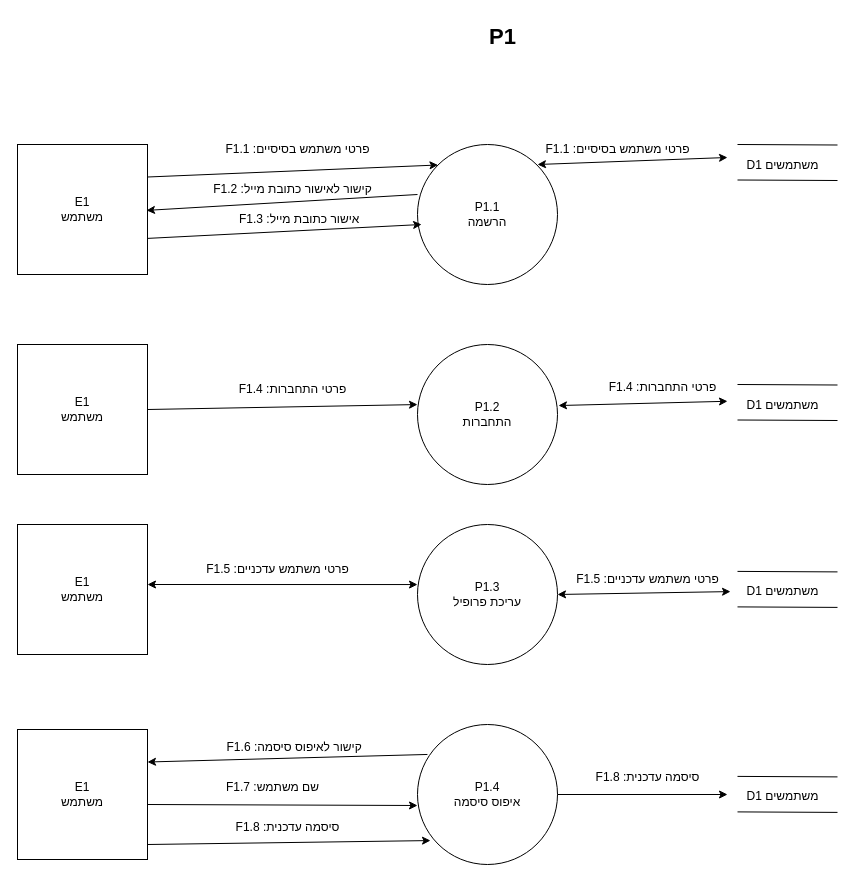
Above: page "Page-1" (1 of 3) of draw/DFD-1(1-3).drawio.xml in NeoZi12/NeoAndLeon (draw.io), before the change. Source tidied: cells renumbered, new cells numbered last; positions are measured from the earlier drawing's top-left corner, leaving out a move shared by most shapes. Both pictures are drawn from the tidied source at 100%, with x=0, y=0 at pixel (17, 17).
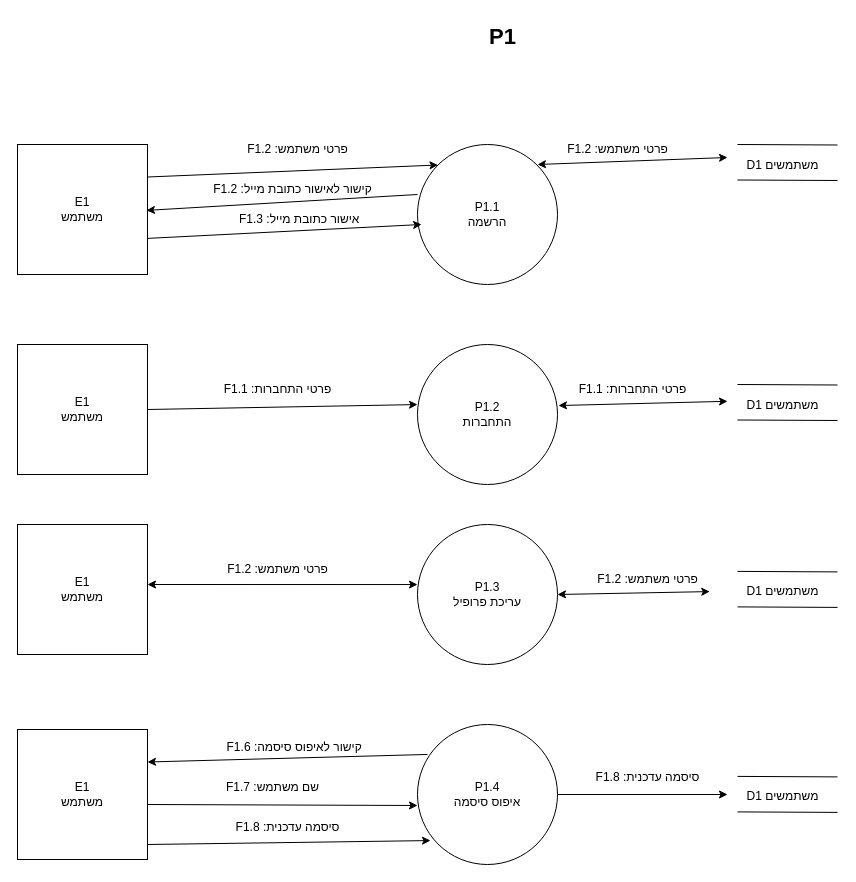
The same page after the edit.

Unchanged cells that the change refers to:
```xml
<mxCell id="16" value="P1.2&lt;div&gt;התחברות&lt;/div&gt;" style="ellipse;whiteSpace=wrap;html=1;" parent="1" vertex="1">
  <mxGeometry x="400" y="327" width="140" height="140" as="geometry" />
</mxCell>
```

What changed in the source:
```diff
@@
-    <mxCell id="9" value="F1.1 :פרטי משתמש בסיסיים" style="text;html=1;align=center;verticalAlign=middle;strokeColor=none;fillColor=none;rotation=0;" parent="1" vertex="1">
-      <mxGeometry x="520" y="117" width="160" height="30" as="geometry" />
+    <mxCell id="9" value="F1.2 :פרטי משתמש" style="text;html=1;align=center;verticalAlign=middle;strokeColor=none;fillColor=none;rotation=0;" parent="1" vertex="1">
+      <mxGeometry x="540" y="117" width="120" height="30" as="geometry" />
     </mxCell>
-    <mxCell id="10" value="F1.1 :פרטי משתמש בסיסיים" style="text;html=1;align=center;verticalAlign=middle;strokeColor=none;fillColor=none;rotation=0;" parent="1" vertex="1">
-      <mxGeometry x="200" y="117" width="160" height="30" as="geometry" />
+    <mxCell id="10" value="F1.2 :פרטי משתמש" style="text;html=1;align=center;verticalAlign=middle;strokeColor=none;fillColor=none;rotation=0;" parent="1" vertex="1">
+      <mxGeometry x="220" y="117" width="120" height="30" as="geometry" />
     </mxCell>
@@
-    <mxCell id="18" value="F1.4 :פרטי התחברות" style="text;html=1;align=center;verticalAlign=middle;strokeColor=none;fillColor=none;" parent="1" vertex="1">
-      <mxGeometry x="210" y="357" width="130" height="30" as="geometry" />
-    </mxCell>
@@
-    <mxCell id="22" style="endArrow=classic;startArrow=classic;html=1;rounded=0;entryX=1;entryY=0.959;entryDx=0;entryDy=0;entryPerimeter=0;exitX=1.007;exitY=0.436;exitDx=0;exitDy=0;exitPerimeter=0;" parent="1" edge="1" source="16" target="23">
-      <mxGeometry relative="1" as="geometry" />
+    <mxCell id="22" style="endArrow=classic;startArrow=classic;html=1;rounded=0;entryX=1;entryY=0.959;entryDx=0;entryDy=0;entryPerimeter=0;exitX=1.007;exitY=0.436;exitDx=0;exitDy=0;exitPerimeter=0;" parent="1" edge="1" source="16">
+      <mxGeometry relative="1" as="geometry">
+        <mxPoint x="710" y="383.8" as="targetPoint" />
+      </mxGeometry>
     </mxCell>
-    <mxCell id="23" value="F1.4 :פרטי התחברות" style="text;html=1;align=center;verticalAlign=middle;points=[];strokeColor=none;fillColor=none;" parent="1" vertex="1">
-      <mxGeometry x="580" y="355" width="130" height="30" as="geometry" />
-    </mxCell>
@@
-    <mxCell id="30" value="F1.5 :פרטי משתמש עדכניים" style="text;html=1;align=center;verticalAlign=middle;strokeColor=none;fillColor=none;" parent="1" vertex="1">
-      <mxGeometry x="180" y="537" width="160" height="30" as="geometry" />
+    <mxCell id="30" value="F1.2 :פרטי משתמש" style="text;html=1;align=center;verticalAlign=middle;strokeColor=none;fillColor=none;" parent="1" vertex="1">
+      <mxGeometry x="200" y="537" width="120" height="30" as="geometry" />
     </mxCell>
@@
-    <mxCell id="32" value="F1.5 :פרטי משתמש עדכניים" style="text;html=1;align=center;verticalAlign=middle;points=[];strokeColor=none;fillColor=none;" parent="1" vertex="1">
-      <mxGeometry x="550" y="547" width="160" height="30" as="geometry" />
+    <mxCell id="32" value="F1.2 :פרטי משתמש" style="text;html=1;align=center;verticalAlign=middle;points=[];strokeColor=none;fillColor=none;" parent="1" vertex="1">
+      <mxGeometry x="570" y="547" width="120" height="30" as="geometry" />
     </mxCell>
@@
+    <mxCell id="47" value="F1.1 :פרטי התחברות" style="text;html=1;align=center;verticalAlign=middle;strokeColor=none;fillColor=none;rotation=0;" parent="1" vertex="1">
+      <mxGeometry x="550" y="357" width="130" height="30" as="geometry" />
+    </mxCell>
+    <mxCell id="48" value="F1.1 :פרטי התחברות" style="text;html=1;align=center;verticalAlign=middle;strokeColor=none;fillColor=none;rotation=0;" parent="1" vertex="1">
+      <mxGeometry x="195" y="357" width="130" height="30" as="geometry" />
+    </mxCell>
```
